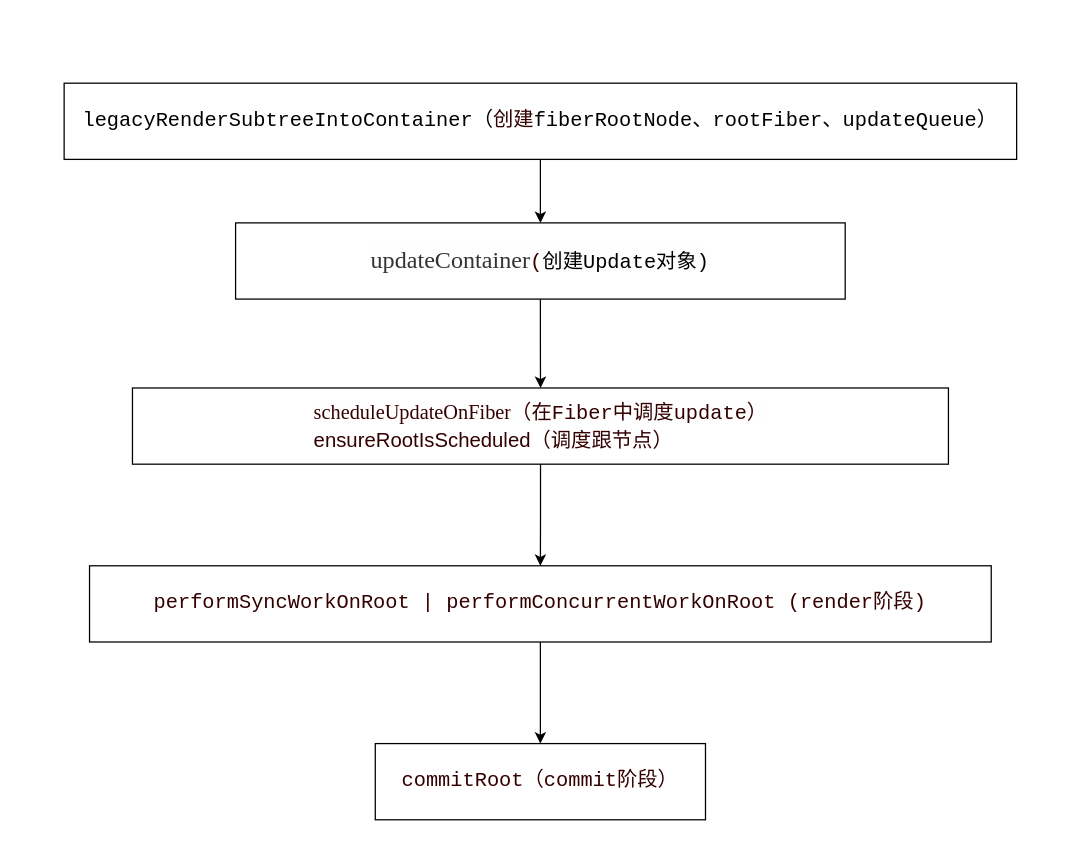
This is page "Page-2" (2 of 5) of 第五章_0.drawio from xiaochen1024/react_code, a draw.io file, before an edit. Source tidied: cells renumbered, new cells numbered last; positions are measured from the earlier drawing's top-left corner, leaving out a move shared by most shapes. Both pictures are drawn from the tidied source at 127%, with x=0, y=0 at pixel (64, 83).
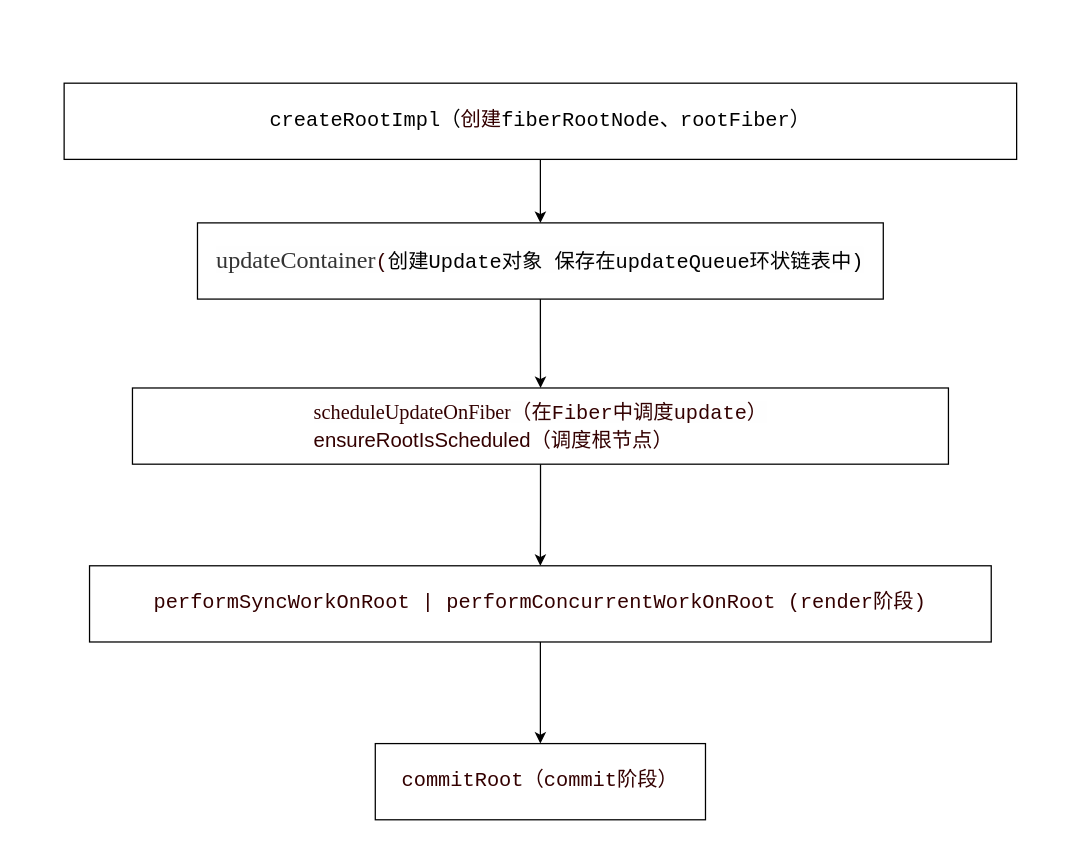
The same page after the edit.

The edit, as a diff of the source:
```diff
@@
 <mxGraphModel>
   <root>
     <mxCell id="0" />
     <mxCell id="1" parent="0" />
     <mxCell id="2" style="edgeStyle=orthogonalEdgeStyle;rounded=0;jettySize=auto;html=1;" parent="1" edge="1" source="3" target="5">
       <mxGeometry relative="1" as="geometry" />
     </mxCell>
-    <mxCell id="3" value="&lt;pre class=&quot;language-sh&quot; style=&quot;background: transparent ; font-family: &amp;#34;consolas&amp;#34; , &amp;#34;monaco&amp;#34; , &amp;#34;andale mono&amp;#34; , &amp;#34;ubuntu mono&amp;#34; , monospace ; font-size: 16px ; text-align: left ; word-spacing: 0px ; word-break: normal ; overflow-wrap: normal ; line-height: 1.4 ; padding: 1.25rem 1.5rem ; margin: 0.85rem 0px ; overflow: auto ; border-radius: 6px ; position: relative ; z-index: 1 ; font-style: normal ; font-weight: 400 ; letter-spacing: normal ; text-indent: 0px ; text-transform: none&quot;&gt;&lt;pre class=&quot;language-sh&quot; style=&quot;background: transparent ; font-family: &amp;#34;consolas&amp;#34; , &amp;#34;monaco&amp;#34; , &amp;#34;andale mono&amp;#34; , &amp;#34;ubuntu mono&amp;#34; , monospace ; word-break: normal ; overflow-wrap: normal ; line-height: 1.4 ; padding: 1.25rem 1.5rem ; margin-top: 0.85rem ; margin-bottom: 0.85rem ; overflow: auto ; border-radius: 6px ; position: relative ; z-index: 1&quot;&gt;&lt;code style=&quot;padding: 0px ; margin: 0px ; background-color: transparent ; border-radius: 0px&quot;&gt;legacyRenderSubtreeIntoContainer（&lt;font color=&quot;#330000&quot; style=&quot;font-size: 16px&quot;&gt;创建&lt;/font&gt;&lt;/code&gt;fiberRootNode、rootFiber、updateQueue）&lt;/pre&gt;&lt;/pre&gt;" style="rounded=0;whiteSpace=wrap;html=1;fillColor=#FFFFFF;" parent="1" vertex="1">
+    <mxCell id="3" value="&lt;pre class=&quot;language-sh&quot; style=&quot;background: transparent ; font-family: &amp;#34;consolas&amp;#34; , &amp;#34;monaco&amp;#34; , &amp;#34;andale mono&amp;#34; , &amp;#34;ubuntu mono&amp;#34; , monospace ; font-size: 16px ; text-align: left ; word-spacing: 0px ; word-break: normal ; overflow-wrap: normal ; line-height: 1.4 ; padding: 1.25rem 1.5rem ; margin: 0.85rem 0px ; overflow: auto ; border-radius: 6px ; position: relative ; z-index: 1 ; font-style: normal ; font-weight: 400 ; letter-spacing: normal ; text-indent: 0px ; text-transform: none&quot;&gt;&lt;pre class=&quot;language-sh&quot; style=&quot;background: transparent ; font-family: &amp;#34;consolas&amp;#34; , &amp;#34;monaco&amp;#34; , &amp;#34;andale mono&amp;#34; , &amp;#34;ubuntu mono&amp;#34; , monospace ; word-break: normal ; overflow-wrap: normal ; line-height: 1.4 ; padding: 1.25rem 1.5rem ; margin-top: 0.85rem ; margin-bottom: 0.85rem ; overflow: auto ; border-radius: 6px ; position: relative ; z-index: 1&quot;&gt;&lt;code style=&quot;padding: 0px ; margin: 0px ; background-color: transparent ; border-radius: 0px&quot;&gt;createRootImpl（&lt;font color=&quot;#330000&quot; style=&quot;font-size: 16px&quot;&gt;创建&lt;/font&gt;&lt;/code&gt;fiberRootNode、rootFiber）&lt;/pre&gt;&lt;/pre&gt;" style="rounded=0;whiteSpace=wrap;html=1;fillColor=#FFFFFF;" parent="1" vertex="1">
       <mxGeometry width="750" height="60" as="geometry" />
     </mxCell>
     <mxCell id="4" style="edgeStyle=orthogonalEdgeStyle;rounded=0;jettySize=auto;html=1;" parent="1" edge="1" source="5" target="7">
       <mxGeometry relative="1" as="geometry" />
     </mxCell>
-    <mxCell id="5" value="&lt;span style=&quot;color: rgb(51 , 51 , 51) ; font-family: &amp;#34;vollkorn&amp;#34; , &amp;#34;palatino&amp;#34; , &amp;#34;times&amp;#34; ; font-size: 19px ; text-align: justify ; background-color: rgb(254 , 254 , 254)&quot;&gt;updateContainer&lt;code style=&quot;background-color: transparent ; text-align: left ; color: rgb(0 , 0 , 0) ; padding: 0px ; margin: 0px ; font-size: 0.85em ; border-radius: 0px&quot;&gt;&lt;font color=&quot;#330000&quot;&gt;(&lt;/font&gt;&lt;/code&gt;&lt;span style=&quot;background-color: transparent ; font-family: &amp;#34;consolas&amp;#34; , &amp;#34;monaco&amp;#34; , &amp;#34;andale mono&amp;#34; , &amp;#34;ubuntu mono&amp;#34; , monospace ; font-size: 16px ; text-align: left ; color: rgb(0 , 0 , 0)&quot;&gt;创建Update对象)&lt;/span&gt;&lt;br&gt;&lt;/span&gt;" style="whiteSpace=wrap;html=1;rounded=0;fillColor=#FFFFFF;" parent="1" vertex="1">
-      <mxGeometry x="135" y="110" width="480" height="60" as="geometry" />
+    <mxCell id="5" value="&lt;span style=&quot;color: rgb(51 , 51 , 51) ; font-family: &amp;#34;vollkorn&amp;#34; , &amp;#34;palatino&amp;#34; , &amp;#34;times&amp;#34; ; font-size: 19px ; text-align: justify ; background-color: rgb(254 , 254 , 254)&quot;&gt;updateContainer&lt;code style=&quot;background-color: transparent ; text-align: left ; color: rgb(0 , 0 , 0) ; padding: 0px ; margin: 0px ; font-size: 0.85em ; border-radius: 0px&quot;&gt;&lt;font color=&quot;#330000&quot;&gt;(&lt;/font&gt;&lt;/code&gt;&lt;span style=&quot;background-color: transparent ; font-family: &amp;#34;consolas&amp;#34; , &amp;#34;monaco&amp;#34; , &amp;#34;andale mono&amp;#34; , &amp;#34;ubuntu mono&amp;#34; , monospace ; font-size: 16px ; text-align: left ; color: rgb(0 , 0 , 0)&quot;&gt;创建Update对象 保存在updateQueue环状链表中)&lt;/span&gt;&lt;br&gt;&lt;/span&gt;" style="whiteSpace=wrap;html=1;rounded=0;fillColor=#FFFFFF;" parent="1" vertex="1">
+      <mxGeometry x="105" y="110" width="540" height="60" as="geometry" />
     </mxCell>
     <mxCell id="6" style="edgeStyle=orthogonalEdgeStyle;rounded=0;jettySize=auto;html=1;" parent="1" edge="1" source="7" target="9">
       <mxGeometry relative="1" as="geometry" />
     </mxCell>
-    <mxCell id="7" value="&lt;div style=&quot;text-align: left ; font-size: 16px&quot;&gt;&lt;font color=&quot;#330000&quot; style=&quot;font-size: 16px&quot;&gt;&lt;span style=&quot;font-family: &amp;#34;vollkorn&amp;#34; , &amp;#34;palatino&amp;#34; , &amp;#34;times&amp;#34; ; text-align: justify ; background-color: rgb(254 , 254 , 254)&quot;&gt;sc&lt;/span&gt;&lt;span style=&quot;font-family: &amp;#34;vollkorn&amp;#34; , &amp;#34;palatino&amp;#34; , &amp;#34;times&amp;#34; ; text-align: justify ; background-color: rgb(254 , 254 , 254)&quot;&gt;h&lt;/span&gt;&lt;span style=&quot;font-family: &amp;#34;vollkorn&amp;#34; , &amp;#34;palatino&amp;#34; , &amp;#34;times&amp;#34; ; text-align: justify ; background-color: rgb(254 , 254 , 254)&quot;&gt;e&lt;/span&gt;&lt;span style=&quot;font-family: &amp;#34;vollkorn&amp;#34; , &amp;#34;palatino&amp;#34; , &amp;#34;times&amp;#34; ; text-align: justify ; background-color: rgb(254 , 254 , 254)&quot;&gt;du&lt;/span&gt;&lt;span style=&quot;font-family: &amp;#34;vollkorn&amp;#34; , &amp;#34;palatino&amp;#34; , &amp;#34;times&amp;#34; ; text-align: justify ; background-color: rgb(254 , 254 , 254)&quot;&gt;leUpdateOnFiber&lt;/span&gt;&lt;span style=&quot;text-align: justify ; background-color: rgb(254 , 254 , 254)&quot;&gt;&lt;font face=&quot;monospace&quot; style=&quot;font-size: 16px&quot;&gt;（在Fiber中调度update）&lt;/font&gt;&lt;/span&gt;&lt;/font&gt;&lt;/div&gt;&lt;div style=&quot;text-align: left ; font-size: 16px&quot;&gt;&lt;span style=&quot;background-color: transparent&quot;&gt;&lt;font color=&quot;#330000&quot; style=&quot;font-size: 16px&quot;&gt;ensureRootIsScheduled（调度跟节点）&lt;/font&gt;&lt;/span&gt;&lt;/div&gt;" style="whiteSpace=wrap;html=1;rounded=0;fillColor=#FFFFFF;" parent="1" vertex="1">
+    <mxCell id="7" value="&lt;div style=&quot;text-align: left ; font-size: 16px&quot;&gt;&lt;font color=&quot;#330000&quot; style=&quot;font-size: 16px&quot;&gt;&lt;span style=&quot;font-family: &amp;#34;vollkorn&amp;#34; , &amp;#34;palatino&amp;#34; , &amp;#34;times&amp;#34; ; text-align: justify ; background-color: rgb(254 , 254 , 254)&quot;&gt;sc&lt;/span&gt;&lt;span style=&quot;font-family: &amp;#34;vollkorn&amp;#34; , &amp;#34;palatino&amp;#34; , &amp;#34;times&amp;#34; ; text-align: justify ; background-color: rgb(254 , 254 , 254)&quot;&gt;h&lt;/span&gt;&lt;span style=&quot;font-family: &amp;#34;vollkorn&amp;#34; , &amp;#34;palatino&amp;#34; , &amp;#34;times&amp;#34; ; text-align: justify ; background-color: rgb(254 , 254 , 254)&quot;&gt;e&lt;/span&gt;&lt;span style=&quot;font-family: &amp;#34;vollkorn&amp;#34; , &amp;#34;palatino&amp;#34; , &amp;#34;times&amp;#34; ; text-align: justify ; background-color: rgb(254 , 254 , 254)&quot;&gt;du&lt;/span&gt;&lt;span style=&quot;font-family: &amp;#34;vollkorn&amp;#34; , &amp;#34;palatino&amp;#34; , &amp;#34;times&amp;#34; ; text-align: justify ; background-color: rgb(254 , 254 , 254)&quot;&gt;leUpdateOnFiber&lt;/span&gt;&lt;span style=&quot;text-align: justify ; background-color: rgb(254 , 254 , 254)&quot;&gt;&lt;font face=&quot;monospace&quot; style=&quot;font-size: 16px&quot;&gt;（在Fiber中调度update）&lt;/font&gt;&lt;/span&gt;&lt;/font&gt;&lt;/div&gt;&lt;div style=&quot;text-align: left ; font-size: 16px&quot;&gt;&lt;span style=&quot;background-color: transparent&quot;&gt;&lt;font color=&quot;#330000&quot; style=&quot;font-size: 16px&quot;&gt;ensureRootIsScheduled（调度根节点）&lt;/font&gt;&lt;/span&gt;&lt;/div&gt;" style="whiteSpace=wrap;html=1;rounded=0;fillColor=#FFFFFF;" parent="1" vertex="1">
       <mxGeometry x="53.8" y="240" width="642.5" height="60" as="geometry" />
     </mxCell>
     <mxCell id="8" style="edgeStyle=orthogonalEdgeStyle;rounded=0;jettySize=auto;html=1;" parent="1" edge="1" source="9" target="10">
       <mxGeometry relative="1" as="geometry" />
     </mxCell>
     <mxCell id="9" value="&lt;pre class=&quot;language-sh&quot; style=&quot;background: transparent ; font-family: &amp;#34;consolas&amp;#34; , &amp;#34;monaco&amp;#34; , &amp;#34;andale mono&amp;#34; , &amp;#34;ubuntu mono&amp;#34; , monospace ; font-size: 16px ; text-align: left ; word-break: normal ; overflow-wrap: normal ; line-height: 1.4 ; padding: 1.25rem 1.5rem ; margin-top: 0.85rem ; margin-bottom: 0.85rem ; overflow: auto ; border-radius: 6px ; position: relative ; z-index: 1&quot;&gt;&lt;font color=&quot;#330000&quot;&gt;&lt;code style=&quot;padding: 0px ; margin: 0px ; background-color: transparent ; border-radius: 0px&quot;&gt;&lt;font style=&quot;font-size: 16px&quot;&gt;&lt;span class=&quot;token variable&quot;&gt;performSyncWorkOnRoot | &lt;/span&gt;&lt;span class=&quot;token variable&quot;&gt;performConcurrentWorkOnRoot (&lt;/span&gt;&lt;/font&gt;&lt;/code&gt;render阶段)&lt;/font&gt;&lt;/pre&gt;" style="whiteSpace=wrap;html=1;rounded=0;fillColor=#FFFFFF;" parent="1" vertex="1">
       <mxGeometry x="20" y="380" width="710" height="60" as="geometry" />
     </mxCell>
     <mxCell id="10" value="&lt;pre class=&quot;language-sh&quot; style=&quot;background: transparent ; font-family: &amp;#34;consolas&amp;#34; , &amp;#34;monaco&amp;#34; , &amp;#34;andale mono&amp;#34; , &amp;#34;ubuntu mono&amp;#34; , monospace ; font-size: 16px ; text-align: left ; word-break: normal ; overflow-wrap: normal ; line-height: 1.4 ; padding: 1.25rem 1.5rem ; margin-top: 0.85rem ; margin-bottom: 0.85rem ; overflow: auto ; border-radius: 6px ; position: relative ; z-index: 1&quot;&gt;&lt;font color=&quot;#330000&quot;&gt;&lt;code style=&quot;padding: 0px ; margin: 0px ; background-color: transparent ; border-radius: 0px&quot;&gt;&lt;span class=&quot;token variable&quot;&gt;&lt;font style=&quot;font-size: 16px&quot;&gt;commitRoot（&lt;/font&gt;&lt;/span&gt;&lt;/code&gt;commit阶段）&lt;/font&gt;&lt;/pre&gt;" style="whiteSpace=wrap;html=1;rounded=0;fillColor=#FFFFFF;" parent="1" vertex="1">
       <mxGeometry x="245" y="520" width="260" height="60" as="geometry" />
     </mxCell>
   </root>
 </mxGraphModel>
```
